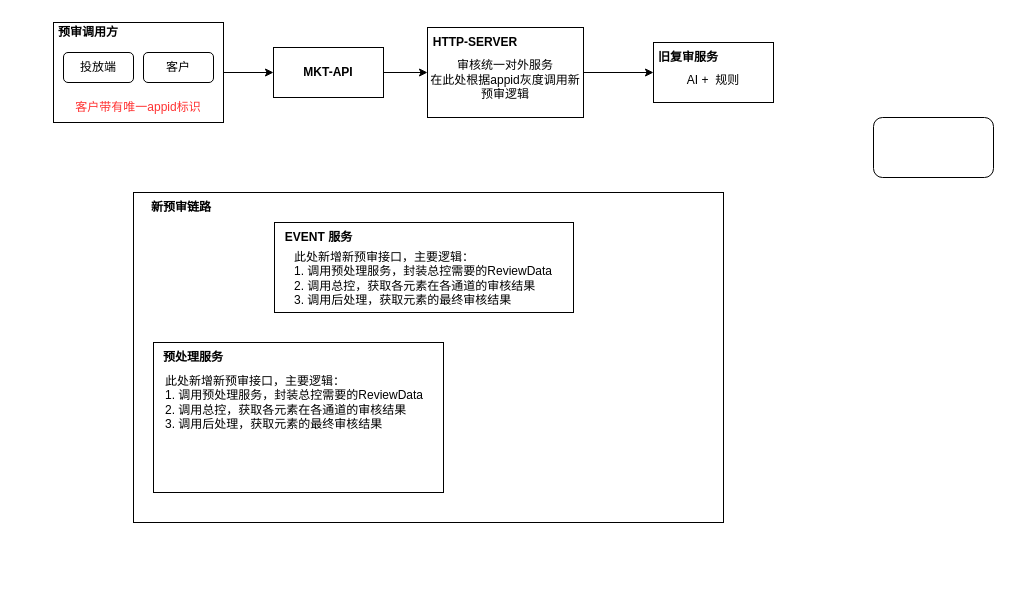
Earlier version of the draw.io diagram review/api预审架构.drawio (IntronCheng/mydraw). Source tidied: cells renumbered, new cells numbered last; positions are measured from the earlier drawing's top-left corner, leaving out a move shared by most shapes. Both pictures are drawn from the tidied source at 100%, with x=0, y=0 at pixel (53, 17).
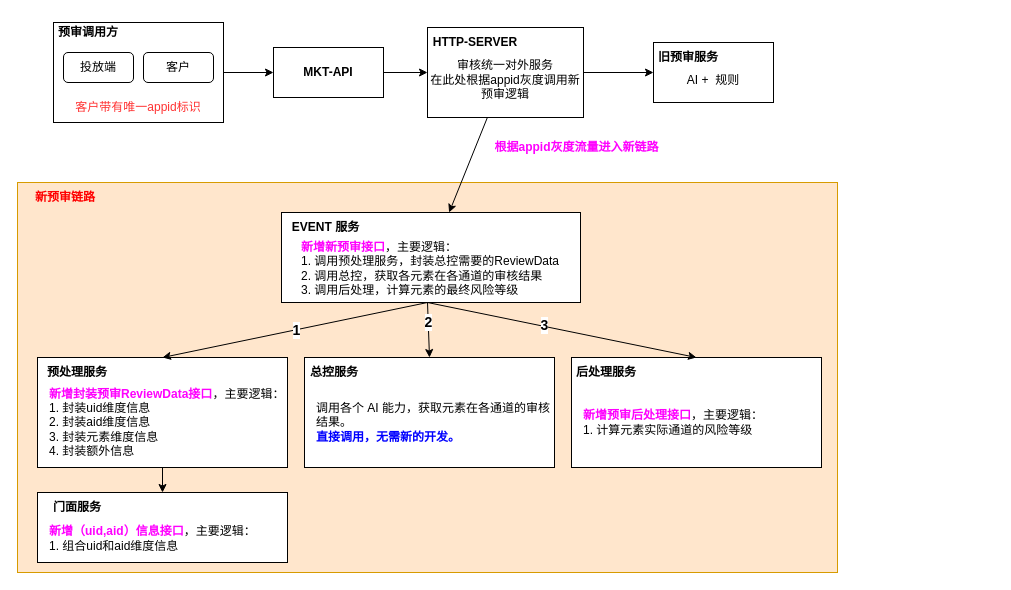
The same page after the edit.

Commit message:
更新api预审架构.drawio

The change refers to these unchanged cells:
```xml
<mxCell id="12" value="&lt;div&gt;&lt;br&gt;&lt;/div&gt;审核统一对外服务&lt;div&gt;在此处根据appid灰度调用新预审逻辑&lt;/div&gt;" style="rounded=0;whiteSpace=wrap;html=1;" parent="11" vertex="1">
  <mxGeometry width="156" height="90" as="geometry" />
</mxCell>
<mxCell id="15" value="&lt;div&gt;&lt;br&gt;&lt;/div&gt;&lt;div&gt;AI +&amp;nbsp; 规则&lt;/div&gt;" style="rounded=0;whiteSpace=wrap;html=1;" parent="14" vertex="1">
  <mxGeometry width="120" height="60" as="geometry" />
</mxCell>
```

The edit, as a diff of the source:
```diff
@@
-    <mxCell id="10" style="rounded=1;whiteSpace=wrap;html=1;" parent="1" vertex="1">
-      <mxGeometry x="820" y="100" width="120" height="60" as="geometry" />
-    </mxCell>
@@
+    <mxCell id="17" style="edgeStyle=orthogonalEdgeStyle;rounded=0;jettySize=auto;html=1;exitX=1;exitY=0.5;exitDx=0;exitDy=0;entryX=0;entryY=0.5;entryDx=0;entryDy=0;" parent="1" edge="1" source="12" target="15">
+      <mxGeometry relative="1" as="geometry" />
+    </mxCell>
+    <mxCell id="18" style="rounded=0;whiteSpace=wrap;html=1;fillColor=#ffe6cc;strokeColor=#d79b00;" parent="1" vertex="1">
+      <mxGeometry x="-36" y="165" width="820" height="390" as="geometry" />
+    </mxCell>
+    <mxCell id="19" value="&lt;font color=&quot;#ff0000&quot;&gt;新预审链路&lt;/font&gt;" style="text;html=1;align=center;verticalAlign=middle;whiteSpace=wrap;rounded=0;fontStyle=1;" parent="1" vertex="1">
+      <mxGeometry x="-36" y="165" width="96" height="30" as="geometry" />
+    </mxCell>
+    <mxCell id="26" style="group;" parent="1" vertex="1">
+      <mxGeometry x="-16" y="340" width="250" height="110" as="geometry" />
+    </mxCell>
+    <mxCell id="23" style="rounded=0;whiteSpace=wrap;html=1;" parent="26" vertex="1">
+      <mxGeometry width="250" height="110" as="geometry" />
+    </mxCell>
+    <mxCell id="24" value="预处理服务" style="text;html=1;align=center;verticalAlign=middle;whiteSpace=wrap;rounded=0;fontStyle=1;" parent="26" vertex="1">
+      <mxGeometry width="80" height="30" as="geometry" />
+    </mxCell>
+    <mxCell id="25" value="&lt;font color=&quot;#ff00ff&quot;&gt;&lt;b&gt;新增封装预审ReviewData接口&lt;/b&gt;&lt;/font&gt;，主要逻辑：&lt;div&gt;1. 封装uid维度信息&lt;/div&gt;&lt;div&gt;2. 封装aid维度信息&lt;/div&gt;&lt;div&gt;3. 封装元素维度信息&lt;/div&gt;&lt;div&gt;4. 封装额外信息&lt;/div&gt;" style="text;html=1;align=left;verticalAlign=middle;whiteSpace=wrap;rounded=0;" parent="26" vertex="1">
+      <mxGeometry x="9.5" y="30" width="240.5" height="70" as="geometry" />
+    </mxCell>
+    <mxCell id="27" style="group;" parent="1" vertex="1">
+      <mxGeometry x="251" y="340" width="250" height="110" as="geometry" />
+    </mxCell>
+    <mxCell id="28" style="rounded=0;whiteSpace=wrap;html=1;" parent="27" vertex="1">
+      <mxGeometry width="250" height="110" as="geometry" />
+    </mxCell>
+    <mxCell id="29" value="总控服务" style="text;html=1;align=center;verticalAlign=middle;whiteSpace=wrap;rounded=0;fontStyle=1;" parent="27" vertex="1">
+      <mxGeometry width="60" height="30" as="geometry" />
+    </mxCell>
+    <mxCell id="30" value="调用各个 AI 能力，获取元素在各通道的审核结果。&lt;div&gt;&lt;font color=&quot;#0000ff&quot;&gt;&lt;b&gt;直接调用，无需新的开发。&lt;/b&gt;&lt;/font&gt;&lt;/div&gt;" style="text;html=1;align=left;verticalAlign=middle;whiteSpace=wrap;rounded=0;" parent="27" vertex="1">
+      <mxGeometry x="9.5" y="30" width="240.5" height="70" as="geometry" />
+    </mxCell>
+    <mxCell id="31" style="group;" parent="1" vertex="1">
+      <mxGeometry x="518" y="340" width="250" height="110" as="geometry" />
+    </mxCell>
+    <mxCell id="32" style="rounded=0;whiteSpace=wrap;html=1;" parent="31" vertex="1">
+      <mxGeometry width="250" height="110" as="geometry" />
+    </mxCell>
+    <mxCell id="33" value="后处理服务" style="text;html=1;align=center;verticalAlign=middle;whiteSpace=wrap;rounded=0;fontStyle=1;" parent="31" vertex="1">
+      <mxGeometry width="70" height="30" as="geometry" />
+    </mxCell>
+    <mxCell id="34" value="&lt;font color=&quot;#ff00ff&quot;&gt;&lt;b&gt;新增预审后处理接口&lt;/b&gt;&lt;/font&gt;，主要逻辑：&lt;div&gt;1. 计算元素实际通道的风险等级&lt;/div&gt;" style="text;html=1;align=left;verticalAlign=middle;whiteSpace=wrap;rounded=0;" parent="31" vertex="1">
+      <mxGeometry x="9.5" y="30" width="240.5" height="70" as="geometry" />
+    </mxCell>
+    <mxCell id="35" style="group;" parent="1" vertex="1">
+      <mxGeometry x="228" y="195" width="299" height="90" as="geometry" />
+    </mxCell>
+    <mxCell id="20" style="rounded=0;whiteSpace=wrap;html=1;" parent="35" vertex="1">
+      <mxGeometry width="299" height="90" as="geometry" />
+    </mxCell>
+    <mxCell id="21" value="EVENT 服务" style="text;html=1;align=center;verticalAlign=middle;whiteSpace=wrap;rounded=0;fontStyle=1;" parent="35" vertex="1">
+      <mxGeometry width="89" height="30" as="geometry" />
+    </mxCell>
+    <mxCell id="22" value="&lt;font color=&quot;#ff00ff&quot;&gt;&lt;b&gt;新增新预审接口&lt;/b&gt;&lt;/font&gt;，主要逻辑：&lt;div&gt;1. 调用预处理服务，封装总控需要的ReviewData&lt;/div&gt;&lt;div&gt;2. 调用总控，获取各元素在各通道的审核结果&lt;/div&gt;&lt;div&gt;3. 调用后处理，计算元素的最终风险等级&lt;/div&gt;" style="text;html=1;align=left;verticalAlign=middle;whiteSpace=wrap;rounded=0;" parent="35" vertex="1">
+      <mxGeometry x="18" y="26" width="271" height="60" as="geometry" />
+    </mxCell>
+    <mxCell id="36" style="rounded=0;jettySize=auto;html=1;" parent="1" edge="1" source="12" target="20">
+      <mxGeometry relative="1" as="geometry" />
+    </mxCell>
+    <mxCell id="37" style="rounded=0;jettySize=auto;html=1;entryX=0.5;entryY=0;entryDx=0;entryDy=0;" parent="1" edge="1" target="23">
+      <mxGeometry relative="1" as="geometry">
+        <mxPoint x="374" y="285" as="sourcePoint" />
+      </mxGeometry>
+    </mxCell>
+    <mxCell id="38" value="&lt;b&gt;&lt;font style=&quot;font-size: 14px;&quot;&gt;1&lt;/font&gt;&lt;/b&gt;" style="edgeLabel;html=1;align=center;verticalAlign=middle;" parent="37" vertex="1">
+      <mxGeometry x="-0.01" relative="1" as="geometry" />
+    </mxCell>
+    <mxCell id="39" style="rounded=0;jettySize=auto;html=1;entryX=0.5;entryY=0;entryDx=0;entryDy=0;" parent="1" edge="1" target="28">
+      <mxGeometry relative="1" as="geometry">
+        <mxPoint x="374" y="285" as="sourcePoint" />
+      </mxGeometry>
+    </mxCell>
+    <mxCell id="40" value="&lt;font style=&quot;font-size: 14px;&quot;&gt;&lt;b&gt;2&lt;/b&gt;&lt;/font&gt;" style="edgeLabel;html=1;align=center;verticalAlign=middle;" parent="39" vertex="1">
+      <mxGeometry x="-0.29" relative="1" as="geometry" />
+    </mxCell>
+    <mxCell id="41" style="rounded=0;jettySize=auto;html=1;entryX=0.5;entryY=0;entryDx=0;entryDy=0;" parent="1" edge="1" target="32">
+      <mxGeometry relative="1" as="geometry">
+        <mxPoint x="374" y="285" as="sourcePoint" />
+      </mxGeometry>
+    </mxCell>
+    <mxCell id="42" value="&lt;b&gt;&lt;font style=&quot;font-size: 14px;&quot;&gt;3&lt;/font&gt;&lt;/b&gt;" style="edgeLabel;html=1;align=center;verticalAlign=middle;" parent="41" vertex="1">
+      <mxGeometry x="-0.13" y="1" relative="1" as="geometry" />
+    </mxCell>
+    <mxCell id="43" value="&lt;font color=&quot;#ff00ff&quot;&gt;&lt;b&gt;根据appid灰度流量进入新链路&lt;/b&gt;&lt;/font&gt;" style="text;html=1;align=center;verticalAlign=middle;whiteSpace=wrap;rounded=0;" parent="1" vertex="1">
+      <mxGeometry x="437" y="115" width="173" height="30" as="geometry" />
+    </mxCell>
-    <mxCell id="14" style="group;" parent="1" vertex="1">
+    <mxCell id="14" style="group;fillColor=#fff2cc;strokeColor=#d6b656;" parent="1" vertex="1">
       <mxGeometry x="600" y="25" width="120" height="60" as="geometry" />
     </mxCell>
@@
-    <mxCell id="16" value="旧复审服务" style="text;html=1;align=center;verticalAlign=middle;whiteSpace=wrap;rounded=0;fontStyle=1;" parent="14" vertex="1">
+    <mxCell id="16" value="旧预审服务" style="text;html=1;align=center;verticalAlign=middle;whiteSpace=wrap;rounded=0;fontStyle=1;" parent="14" vertex="1">
       <mxGeometry width="70" height="30" as="geometry" />
     </mxCell>
-    <mxCell id="17" style="edgeStyle=orthogonalEdgeStyle;rounded=0;jettySize=auto;html=1;exitX=1;exitY=0.5;exitDx=0;exitDy=0;entryX=0;entryY=0.5;entryDx=0;entryDy=0;" parent="1" edge="1" source="12" target="15">
-      <mxGeometry relative="1" as="geometry" />
-    </mxCell>
-    <mxCell id="18" style="rounded=0;whiteSpace=wrap;html=1;" parent="1" vertex="1">
-      <mxGeometry x="80" y="175" width="590" height="330" as="geometry" />
-    </mxCell>
-    <mxCell id="19" value="新预审链路" style="text;html=1;align=center;verticalAlign=middle;whiteSpace=wrap;rounded=0;fontStyle=1;" parent="1" vertex="1">
-      <mxGeometry x="80" y="175" width="96" height="30" as="geometry" />
-    </mxCell>
-    <mxCell id="20" style="rounded=0;whiteSpace=wrap;html=1;" parent="1" vertex="1">
-      <mxGeometry x="221" y="205" width="299" height="90" as="geometry" />
-    </mxCell>
-    <mxCell id="21" value="EVENT 服务" style="text;html=1;align=center;verticalAlign=middle;whiteSpace=wrap;rounded=0;fontStyle=1;" parent="1" vertex="1">
-      <mxGeometry x="221" y="205" width="89" height="30" as="geometry" />
-    </mxCell>
-    <mxCell id="22" value="此处新增新预审接口，主要逻辑：&lt;div&gt;1. 调用预处理服务，封装总控需要的ReviewData&lt;/div&gt;&lt;div&gt;2. 调用总控，获取各元素在各通道的审核结果&lt;/div&gt;&lt;div&gt;3. 调用后处理，获取元素的最终审核结果&lt;/div&gt;" style="text;html=1;align=left;verticalAlign=middle;whiteSpace=wrap;rounded=0;" parent="1" vertex="1">
-      <mxGeometry x="239" y="231" width="271" height="60" as="geometry" />
-    </mxCell>
-    <mxCell id="23" style="rounded=0;whiteSpace=wrap;html=1;" parent="1" vertex="1">
-      <mxGeometry x="100" y="325" width="290" height="150" as="geometry" />
-    </mxCell>
-    <mxCell id="24" value="预处理服务" style="text;html=1;align=center;verticalAlign=middle;whiteSpace=wrap;rounded=0;fontStyle=1;" parent="1" vertex="1">
-      <mxGeometry x="100" y="325" width="80" height="30" as="geometry" />
-    </mxCell>
-    <mxCell id="25" value="此处新增新预审接口，主要逻辑：&lt;div&gt;1. 调用预处理服务，封装总控需要的ReviewData&lt;/div&gt;&lt;div&gt;2. 调用总控，获取各元素在各通道的审核结果&lt;/div&gt;&lt;div&gt;3. 调用后处理，获取元素的最终审核结果&lt;/div&gt;" style="text;html=1;align=left;verticalAlign=middle;whiteSpace=wrap;rounded=0;" parent="1" vertex="1">
-      <mxGeometry x="110" y="355" width="271" height="60" as="geometry" />
-    </mxCell>
+    <mxCell id="44" style="rounded=0;whiteSpace=wrap;html=1;" parent="1" vertex="1">
+      <mxGeometry x="-16" y="475" width="250" height="70" as="geometry" />
+    </mxCell>
+    <mxCell id="45" value="门面服务" style="text;html=1;align=center;verticalAlign=middle;whiteSpace=wrap;rounded=0;fontStyle=1;" parent="1" vertex="1">
+      <mxGeometry x="-16" y="475" width="80" height="30" as="geometry" />
+    </mxCell>
+    <mxCell id="46" value="&lt;font color=&quot;#ff00ff&quot;&gt;&lt;b&gt;新增（uid,aid）信息接口&lt;/b&gt;&lt;/font&gt;，主要逻辑：&lt;div&gt;1. 组合uid和&lt;span style=&quot;background-color: initial;&quot;&gt;aid维度信息&lt;/span&gt;&lt;/div&gt;" style="text;html=1;align=left;verticalAlign=middle;whiteSpace=wrap;rounded=0;" parent="1" vertex="1">
+      <mxGeometry x="-6.5" y="501" width="240.5" height="40" as="geometry" />
+    </mxCell>
+    <mxCell id="47" style="edgeStyle=orthogonalEdgeStyle;rounded=0;jettySize=auto;html=1;exitX=0.5;exitY=1;exitDx=0;exitDy=0;entryX=0.5;entryY=0;entryDx=0;entryDy=0;" parent="1" edge="1" source="23" target="44">
+      <mxGeometry relative="1" as="geometry" />
+    </mxCell>
```
